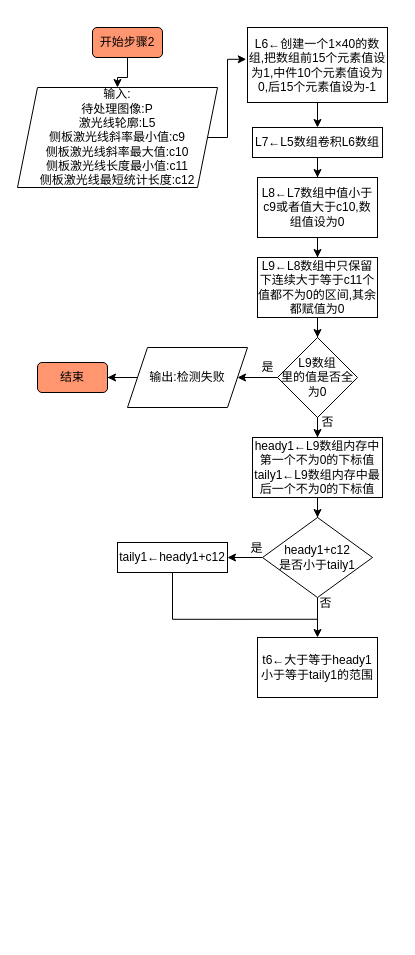
qubo188612/Visio keeps this draw.io diagram as 未命名绘图1.drawio. Above is the earlier version. Source tidied: cells renumbered, new cells numbered last; positions are measured from the earlier drawing's top-left corner, leaving out a move shared by most shapes. Both pictures are drawn from the tidied source at 100%, with x=0, y=0 at pixel (17, 27).
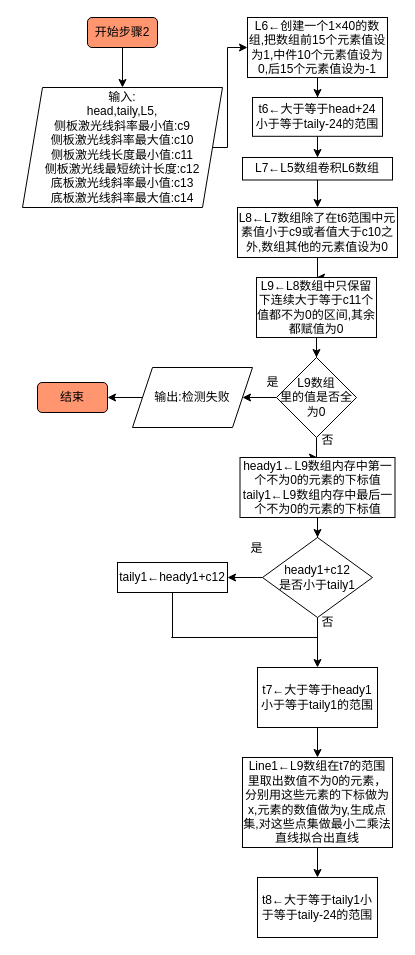
The same diagram, later.

Commit message (it also covers changes not shown here):
更新未命名绘图1.drawio

Change to the diagram source:
```diff
@@
     <mxCell id="3" value="L6←创建一个1×40的数组,把数组前15个元素值设为1,中件10个元素值设为0,后15个元素值设为-1" style="rounded=0;whiteSpace=wrap;html=1;" parent="1" vertex="1">
-      <mxGeometry x="230" width="140" height="75" as="geometry" />
+      <mxGeometry x="230" y="-10" width="140" height="60" as="geometry" />
     </mxCell>
-    <mxCell id="4" style="edgeStyle=orthogonalEdgeStyle;rounded=0;jettySize=auto;html=1;" parent="1" edge="1" source="5" target="7">
-      <mxGeometry relative="1" as="geometry" />
-    </mxCell>
+    <mxCell id="32" style="edgeStyle=orthogonalEdgeStyle;rounded=0;jettySize=auto;html=1;endArrow=classic;endFill=1;" parent="1" edge="1" source="5" target="38">
+      <mxGeometry relative="1" as="geometry" />
+    </mxCell>
-    <mxCell id="5" value="L7←L5数组卷积L6数组" style="rounded=0;whiteSpace=wrap;html=1;" parent="1" vertex="1">
-      <mxGeometry x="235" y="100" width="130" height="30" as="geometry" />
+    <mxCell id="5" value="t6←大于等于head+24小于等于taily-24的范围" style="rounded=0;whiteSpace=wrap;html=1;" parent="1" vertex="1">
+      <mxGeometry x="235" y="70" width="130" height="38.8" as="geometry" />
     </mxCell>
@@
-    <mxCell id="7" value="L8←L7数组中值小于c9或者值大于c10,数组值设为0" style="rounded=0;whiteSpace=wrap;html=1;" parent="1" vertex="1">
-      <mxGeometry x="240" y="150" width="120" height="60" as="geometry" />
+    <mxCell id="7" value="L8←L7数组除了在t6范围中元素值小于c9或者值大于c10之外,数组其他的元素值设为0" style="rounded=0;whiteSpace=wrap;html=1;" parent="1" vertex="1">
+      <mxGeometry x="220" y="180" width="160" height="50" as="geometry" />
     </mxCell>
@@
     <mxCell id="9" value="开始步骤2" style="rounded=1;whiteSpace=wrap;html=1;fillColor=#FF9670;" parent="1" vertex="1">
-      <mxGeometry x="75" width="70" height="30" as="geometry" />
+      <mxGeometry x="70" y="-10" width="70" height="30" as="geometry" />
     </mxCell>
-    <mxCell id="10" style="edgeStyle=orthogonalEdgeStyle;rounded=0;jettySize=auto;html=1;exitX=1;exitY=0.5;exitDx=0;exitDy=0;entryX=-0.009;entryY=0.424;entryDx=0;entryDy=0;entryPerimeter=0;" parent="1" edge="1" source="11" target="3">
+    <mxCell id="10" style="edgeStyle=orthogonalEdgeStyle;rounded=0;jettySize=auto;html=1;exitX=1;exitY=0.5;exitDx=0;exitDy=0;entryX=0;entryY=0.5;entryDx=0;entryDy=0;endArrow=classic;endFill=1;" parent="1" edge="1" source="11" target="3">
       <mxGeometry relative="1" as="geometry">
         <Array as="points">
-          <mxPoint x="210" y="110" />
-          <mxPoint x="210" y="32" />
+          <mxPoint x="210" y="120" />
+          <mxPoint x="210" y="20" />
         </Array>
       </mxGeometry>
     </mxCell>
-    <mxCell id="11" value="输入:&lt;br&gt;待处理图像:P&lt;br&gt;激光线轮廓:L5&lt;br&gt;侧板激光线斜率最小值:c9&lt;br style=&quot;border-color: var(--border-color);&quot;&gt;侧板激光线斜率最大值:c10&lt;br&gt;侧板激光线长度最小值:c11&lt;br&gt;侧板激光线最短统计长度:c12" style="shape=parallelogram;perimeter=parallelogramPerimeter;whiteSpace=wrap;html=1;fixedSize=1;" parent="1" vertex="1">
-      <mxGeometry y="60" width="200" height="100" as="geometry" />
+    <mxCell id="11" value="输入:&lt;br&gt;head,taily,L5,&lt;br&gt;侧板激光线斜率最小值:c9&lt;br style=&quot;border-color: var(--border-color);&quot;&gt;侧板激光线斜率最大值:c10&lt;br&gt;侧板激光线长度最小值:c11&lt;br&gt;侧板激光线最短统计长度:c12&lt;br&gt;底板激光线斜率最小值:c13&lt;br&gt;底板激光线斜率最大值:c14" style="shape=parallelogram;perimeter=parallelogramPerimeter;whiteSpace=wrap;html=1;fixedSize=1;" parent="1" vertex="1">
+      <mxGeometry x="5" y="60" width="200" height="120" as="geometry" />
     </mxCell>
@@
     <mxCell id="13" value="L9←L8数组中只保留下连续大于等于c11个值都不为0的区间,其余都赋值为0" style="rounded=0;whiteSpace=wrap;html=1;" parent="1" vertex="1">
-      <mxGeometry x="240" y="230" width="120" height="60" as="geometry" />
+      <mxGeometry x="239" y="250" width="120" height="60" as="geometry" />
     </mxCell>
@@
     <mxCell id="16" value="L9数组&lt;br&gt;里的值是否全为0" style="rhombus;whiteSpace=wrap;html=1;" parent="1" vertex="1">
-      <mxGeometry x="260" y="310" width="80" height="80" as="geometry" />
+      <mxGeometry x="259" y="330" width="80" height="80" as="geometry" />
     </mxCell>
@@
     <mxCell id="18" value="输出:检测失败" style="shape=parallelogram;perimeter=parallelogramPerimeter;whiteSpace=wrap;html=1;fixedSize=1;" parent="1" vertex="1">
-      <mxGeometry x="110" y="320" width="120" height="60" as="geometry" />
+      <mxGeometry x="115" y="340" width="120" height="60" as="geometry" />
     </mxCell>
     <mxCell id="19" value="是" style="text;html=1;align=center;verticalAlign=middle;strokeColor=none;fillColor=none;" parent="1" vertex="1">
-      <mxGeometry x="230" y="325" width="40" height="30" as="geometry" />
+      <mxGeometry x="235" y="340" width="40" height="30" as="geometry" />
     </mxCell>
     <mxCell id="20" value="结束" style="rounded=1;whiteSpace=wrap;html=1;fillColor=#FF9670;" parent="1" vertex="1">
-      <mxGeometry x="20" y="335" width="70" height="30" as="geometry" />
+      <mxGeometry x="20" y="355" width="70" height="30" as="geometry" />
     </mxCell>
     <mxCell id="21" value="否" style="text;html=1;align=center;verticalAlign=middle;strokeColor=none;fillColor=none;" parent="1" vertex="1">
-      <mxGeometry x="290" y="380" width="40" height="30" as="geometry" />
+      <mxGeometry x="290" y="398" width="40" height="30" as="geometry" />
     </mxCell>
@@
-    <mxCell id="23" value="heady1←L9数组内存中第一个不为0的下标值&lt;br&gt;taily1←L9数组内存中最后一个不为0的下标值" style="rounded=0;whiteSpace=wrap;html=1;" parent="1" vertex="1">
-      <mxGeometry x="235" y="410" width="130" height="60" as="geometry" />
+    <mxCell id="23" value="heady1←L9数组内存中第一个不为0的元素的下标值&lt;br&gt;taily1←L9数组内存中最后一个不为0的元素的下标值" style="rounded=0;whiteSpace=wrap;html=1;" parent="1" vertex="1">
+      <mxGeometry x="222.5" y="430" width="155" height="60" as="geometry" />
     </mxCell>
@@
-    <mxCell id="25" style="edgeStyle=orthogonalEdgeStyle;rounded=0;jettySize=auto;html=1;" parent="1" edge="1" source="26" target="30">
+    <mxCell id="25" style="edgeStyle=orthogonalEdgeStyle;rounded=0;jettySize=auto;html=1;endArrow=classic;endFill=1;" parent="1" edge="1" source="26" target="30">
       <mxGeometry relative="1" as="geometry" />
     </mxCell>
     <mxCell id="26" value="heady1+c12&lt;br&gt;是否小于taily1" style="rhombus;whiteSpace=wrap;html=1;" parent="1" vertex="1">
-      <mxGeometry x="245" y="490" width="110" height="80" as="geometry" />
+      <mxGeometry x="245" y="510" width="110" height="80" as="geometry" />
     </mxCell>
-    <mxCell id="27" style="edgeStyle=orthogonalEdgeStyle;rounded=0;jettySize=auto;html=1;exitX=0.5;exitY=1;exitDx=0;exitDy=0;entryX=0.314;entryY=1.026;entryDx=0;entryDy=0;entryPerimeter=0;endArrow=none;endFill=0;" parent="1" edge="1" source="28" target="31">
+    <mxCell id="27" style="edgeStyle=orthogonalEdgeStyle;rounded=0;jettySize=auto;html=1;exitX=0.5;exitY=1;exitDx=0;exitDy=0;endArrow=none;endFill=0;startArrow=none;" parent="1" edge="1" source="28">
       <mxGeometry relative="1" as="geometry">
+        <mxPoint x="300" y="610" as="targetPoint" />
         <Array as="points">
-          <mxPoint x="155" y="592" />
+          <mxPoint x="154" y="610" />
+          <mxPoint x="300" y="610" />
         </Array>
       </mxGeometry>
     </mxCell>
-    <mxCell id="28" value="taily1←heady1+c12" style="rounded=0;whiteSpace=wrap;html=1;" parent="1" vertex="1">
-      <mxGeometry x="100" y="515" width="110" height="30" as="geometry" />
-    </mxCell>
@@
+    <mxCell id="33" style="edgeStyle=orthogonalEdgeStyle;rounded=0;jettySize=auto;html=1;endArrow=classic;endFill=1;" parent="1" edge="1" source="30" target="35">
+      <mxGeometry relative="1" as="geometry" />
+    </mxCell>
-    <mxCell id="30" value="t6←大于等于heady1小于等于taily1的范围" style="rounded=0;whiteSpace=wrap;html=1;" parent="1" vertex="1">
-      <mxGeometry x="240" y="610" width="120" height="60" as="geometry" />
+    <mxCell id="30" value="t7←大于等于heady1小于等于taily1的范围" style="rounded=0;whiteSpace=wrap;html=1;" parent="1" vertex="1">
+      <mxGeometry x="240" y="640" width="120" height="60" as="geometry" />
     </mxCell>
     <mxCell id="31" value="否" style="text;html=1;align=center;verticalAlign=middle;points=[];strokeColor=none;fillColor=none;" parent="1" vertex="1">
-      <mxGeometry x="288" y="561" width="40" height="30" as="geometry" />
+      <mxGeometry x="290" y="580" width="40" height="30" as="geometry" />
     </mxCell>
+    <mxCell id="34" style="edgeStyle=orthogonalEdgeStyle;rounded=0;jettySize=auto;html=1;endArrow=classic;endFill=1;" parent="1" edge="1" source="35" target="36">
+      <mxGeometry relative="1" as="geometry" />
+    </mxCell>
+    <mxCell id="35" value="Line1←L9数组在t7的范围里取出数值不为0的元素，分别用这些元素的下标做为x,元素的数值做为y,生成点集,对这些点集做最小二乘法直线拟合出直线" style="rounded=0;whiteSpace=wrap;html=1;" parent="1" vertex="1">
+      <mxGeometry x="225" y="730" width="150" height="90" as="geometry" />
+    </mxCell>
+    <mxCell id="36" value="t8←大于等于taily1小于等于taily-24的范围" style="rounded=0;whiteSpace=wrap;html=1;" parent="1" vertex="1">
+      <mxGeometry x="240" y="850" width="120" height="60" as="geometry" />
+    </mxCell>
+    <mxCell id="37" style="edgeStyle=orthogonalEdgeStyle;rounded=0;jettySize=auto;html=1;endArrow=classic;endFill=1;" parent="1" edge="1" source="38" target="7">
+      <mxGeometry relative="1" as="geometry" />
+    </mxCell>
+    <mxCell id="38" value="L7←L5数组卷积L6数组" style="rounded=0;whiteSpace=wrap;html=1;" parent="1" vertex="1">
+      <mxGeometry x="225" y="130" width="150" height="22.5" as="geometry" />
+    </mxCell>
+    <mxCell id="39" style="edgeStyle=orthogonalEdgeStyle;rounded=0;jettySize=auto;html=1;exitX=0.5;exitY=1;exitDx=0;exitDy=0;endArrow=none;endFill=0;" parent="1" edge="1" target="28">
+      <mxGeometry relative="1" as="geometry">
+        <mxPoint x="154" y="555" as="sourcePoint" />
+      </mxGeometry>
+    </mxCell>
+    <mxCell id="28" value="taily1←heady1+c12" style="rounded=0;whiteSpace=wrap;html=1;" parent="1" vertex="1">
+      <mxGeometry x="100" y="535" width="110" height="30" as="geometry" />
+    </mxCell>
```
